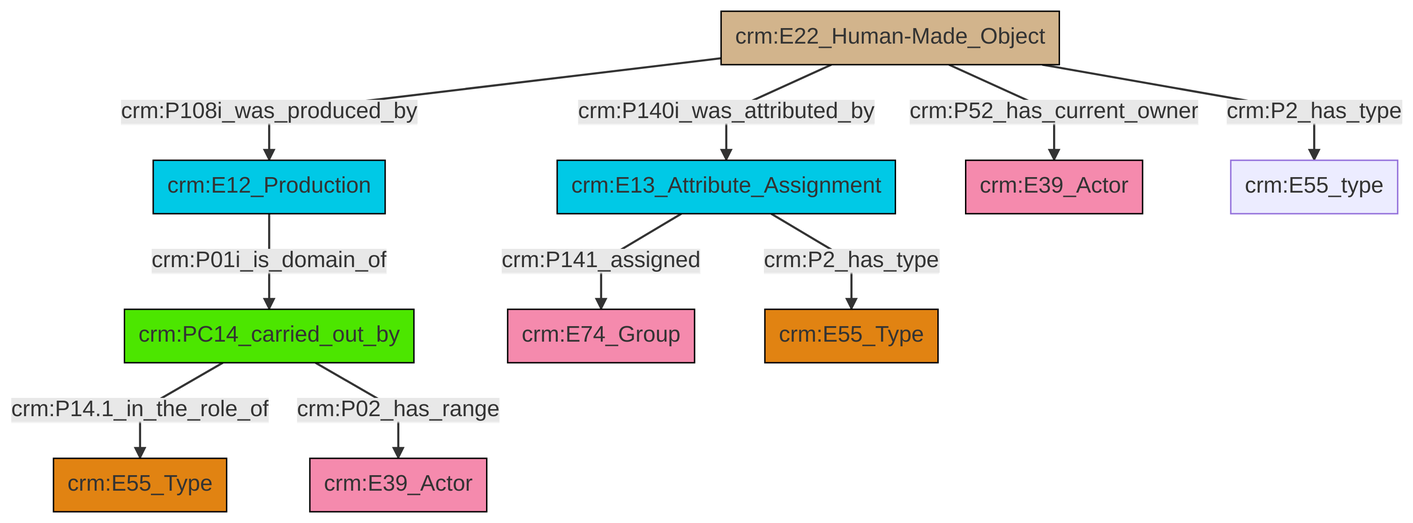
Earlier version of the Mermaid export et/builtWorkCSV/ttl/mmd/png/Built_Work_actor_relations.png (swiss-art-research-net/docs.swissartresearch). Its source is kept beside it as et/builtWorkCSV/ttl/mmd/Built_Work_actor_relations.ttl.mmd.
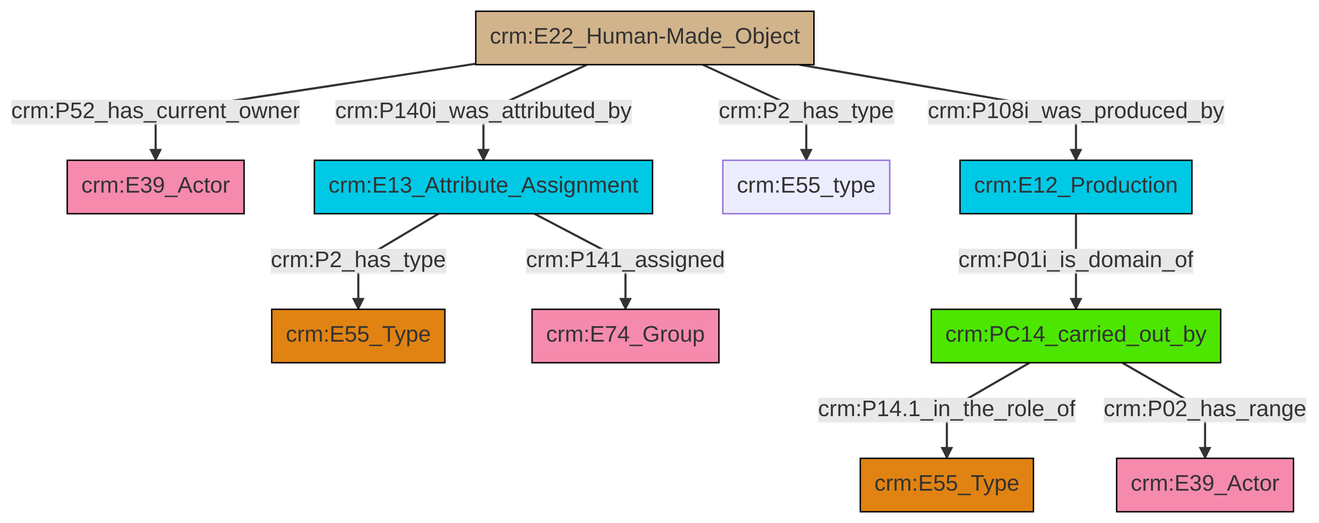
Above is the later version.

Change to the diagram source:
```diff
@@ -13,12 +13,12 @@
 classDef PC_Classes fill:#4ce600, stroke:#000000;
 classDef Multi fill:#cccccc,stroke:#000000;
 
-2["crm:E12_Production"]:::Temporal_Entity -->|crm:P01i_is_domain_of| 0["crm:PC14_carried_out_by"]:::PC_Classes
-6["crm:E22_Human-Made_Object"]:::Physical_Thing -->|crm:P140i_was_attributed_by| 7["crm:E13_Attribute_Assignment"]:::Temporal_Entity
-7["crm:E13_Attribute_Assignment"]:::Temporal_Entity -->|crm:P141_assigned| 4["crm:E74_Group"]:::Actor
-6["crm:E22_Human-Made_Object"]:::Physical_Thing -->|crm:P52_has_current_owner| 10["crm:E39_Actor"]:::Actor
-7["crm:E13_Attribute_Assignment"]:::Temporal_Entity -->|crm:P2_has_type| 11["crm:E55_Type"]:::Type
-6["crm:E22_Human-Made_Object"]:::Physical_Thing -->|crm:P108i_was_produced_by| 2["crm:E12_Production"]:::Temporal_Entity
-6["crm:E22_Human-Made_Object"]:::Physical_Thing -->|crm:P2_has_type| 14["crm:E55_type"]:::Default
-0["crm:PC14_carried_out_by"]:::PC_Classes -->|crm:P14.1_in_the_role_of| 16["crm:E55_Type"]:::Type
-0["crm:PC14_carried_out_by"]:::PC_Classes -->|crm:P02_has_range| 8["crm:E39_Actor"]:::Actor
+2["crm:E22_Human-Made_Object"]:::Physical_Thing -->|crm:P52_has_current_owner| 3["crm:E39_Actor"]:::Actor
+5["crm:E13_Attribute_Assignment"]:::Temporal_Entity -->|crm:P141_assigned| 6["crm:E74_Group"]:::Actor
+10["crm:PC14_carried_out_by"]:::PC_Classes -->|crm:P14.1_in_the_role_of| 11["crm:E55_Type"]:::Type
+2["crm:E22_Human-Made_Object"]:::Physical_Thing -->|crm:P108i_was_produced_by| 16["crm:E12_Production"]:::Temporal_Entity
+2["crm:E22_Human-Made_Object"]:::Physical_Thing -->|crm:P2_has_type| 7["crm:E55_type"]:::Default
+10["crm:PC14_carried_out_by"]:::PC_Classes -->|crm:P02_has_range| 14["crm:E39_Actor"]:::Actor
+2["crm:E22_Human-Made_Object"]:::Physical_Thing -->|crm:P140i_was_attributed_by| 5["crm:E13_Attribute_Assignment"]:::Temporal_Entity
+16["crm:E12_Production"]:::Temporal_Entity -->|crm:P01i_is_domain_of| 10["crm:PC14_carried_out_by"]:::PC_Classes
+5["crm:E13_Attribute_Assignment"]:::Temporal_Entity -->|crm:P2_has_type| 0["crm:E55_Type"]:::Type
```
